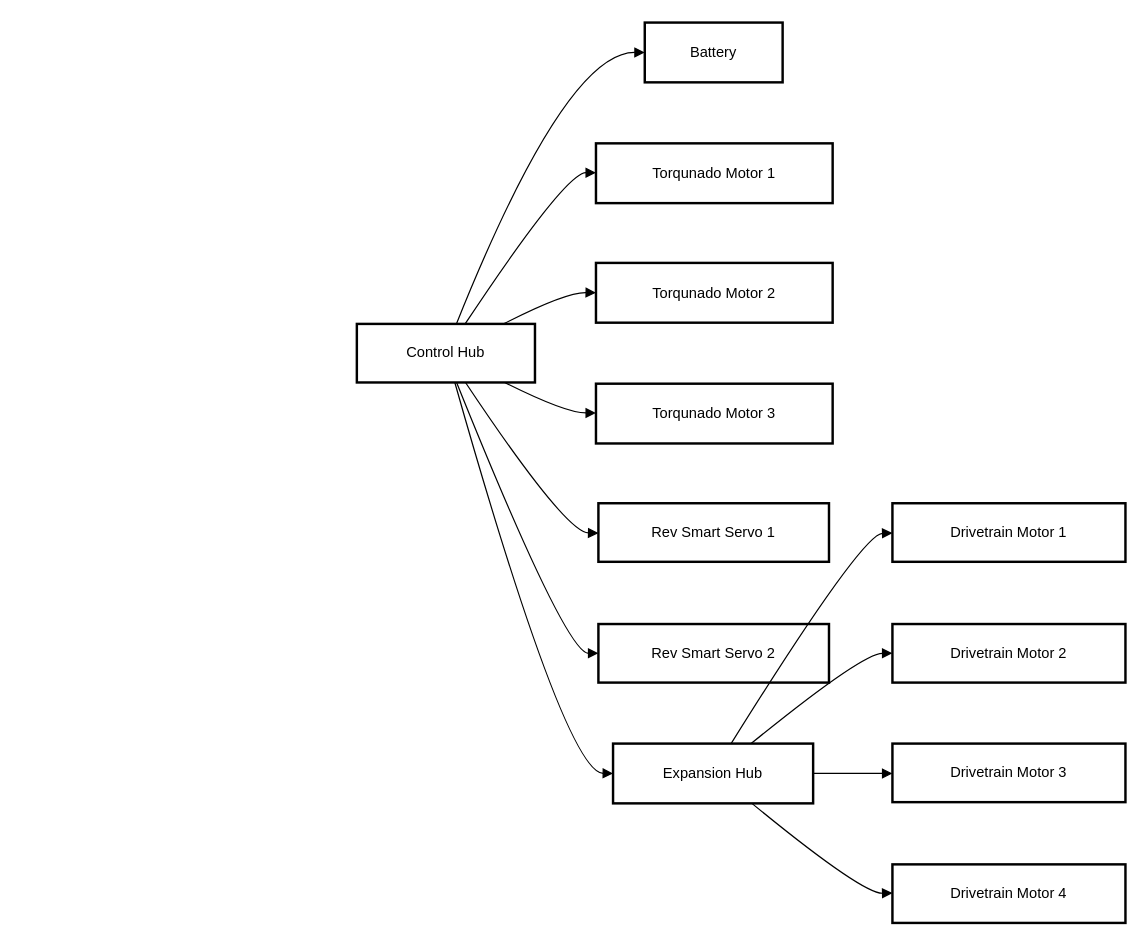
EricLottman/IntoTheDeep2024-2025 keeps this draw.io diagram as TeamCode/src/main/java/org/firstinspires/ftc/teamcode/backend/electronics.drawio. Above is the earlier version. Source tidied: cells renumbered, new cells numbered last; positions are measured from the earlier drawing's top-left corner, leaving out a move shared by most shapes. Both pictures are drawn from the tidied source at 122%, with x=0, y=0 at pixel (356, 22).
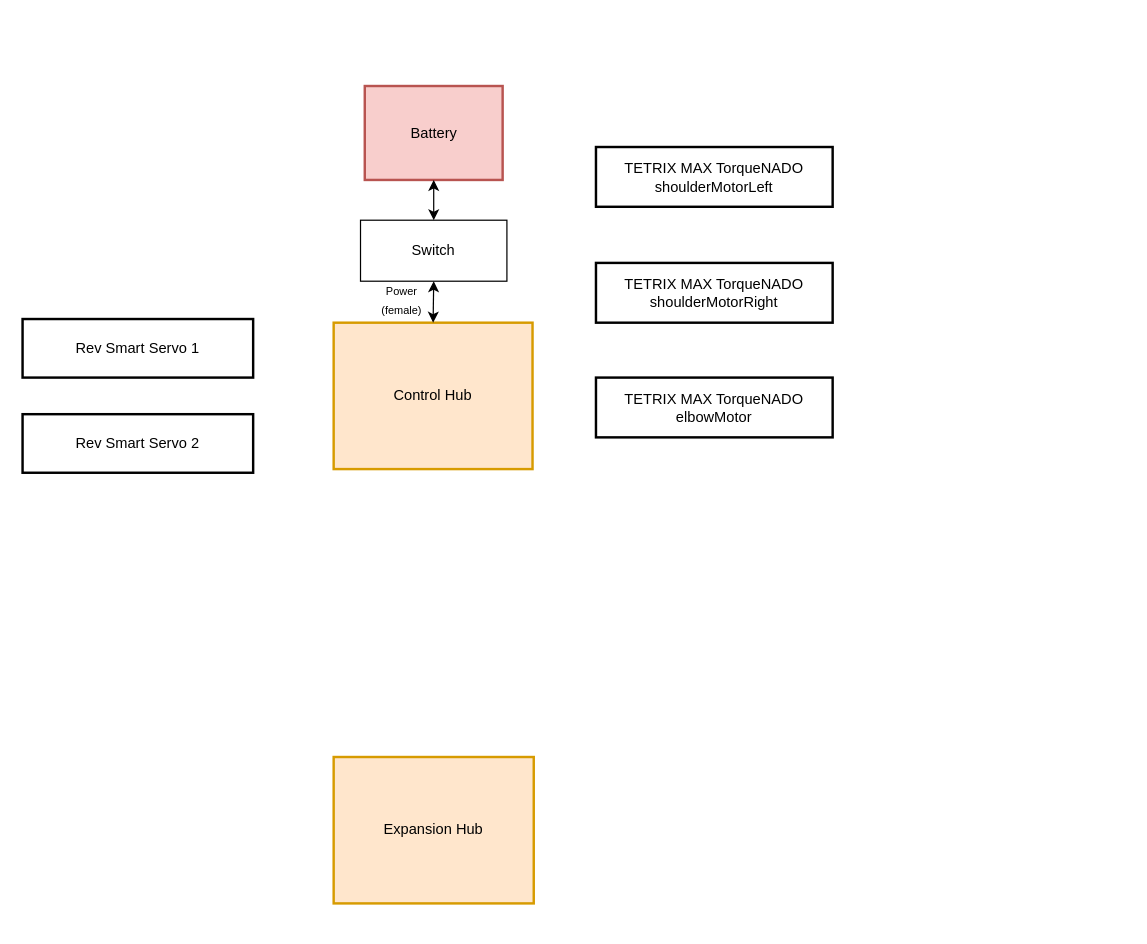
After the change.

What changed in the source:
```diff
@@
-    <mxCell id="2" value="Control Hub" style="whiteSpace=wrap;strokeWidth=2;" parent="1" vertex="1">
-      <mxGeometry y="247" width="146" height="48" as="geometry" />
+    <mxCell id="2" value="Control Hub" style="whiteSpace=wrap;strokeWidth=2;fillColor=#ffe6cc;strokeColor=#d79b00;" parent="1" vertex="1">
+      <mxGeometry x="-19" y="246" width="163" height="120" as="geometry" />
     </mxCell>
-    <mxCell id="3" value="Battery" style="whiteSpace=wrap;strokeWidth=2;" parent="1" vertex="1">
-      <mxGeometry x="236" width="113" height="49" as="geometry" />
+    <mxCell id="3" value="Battery" style="whiteSpace=wrap;strokeWidth=2;fillColor=#f8cecc;strokeColor=#b85450;" parent="1" vertex="1">
+      <mxGeometry x="6.5" y="52" width="113" height="77" as="geometry" />
     </mxCell>
-    <mxCell id="4" value="Torqunado Motor 1" style="whiteSpace=wrap;strokeWidth=2;" parent="1" vertex="1">
-      <mxGeometry x="196" y="99" width="194" height="49" as="geometry" />
+    <mxCell id="4" value="TETRIX MAX TorqueNADO&#10;shoulderMotorLeft" style="whiteSpace=wrap;strokeWidth=2;" parent="1" vertex="1">
+      <mxGeometry x="196" y="102" width="194" height="49" as="geometry" />
     </mxCell>
-    <mxCell id="5" value="Torqunado Motor 2" style="whiteSpace=wrap;strokeWidth=2;" parent="1" vertex="1">
+    <mxCell id="5" value="TETRIX MAX TorqueNADO&#10;shoulderMotorRight" style="whiteSpace=wrap;strokeWidth=2;" parent="1" vertex="1">
       <mxGeometry x="196" y="197" width="194" height="49" as="geometry" />
     </mxCell>
-    <mxCell id="6" value="Torqunado Motor 3" style="whiteSpace=wrap;strokeWidth=2;" parent="1" vertex="1">
-      <mxGeometry x="196" y="296" width="194" height="49" as="geometry" />
+    <mxCell id="6" value="TETRIX MAX TorqueNADO&#10;elbowMotor" style="whiteSpace=wrap;strokeWidth=2;" parent="1" vertex="1">
+      <mxGeometry x="196" y="291" width="194" height="49" as="geometry" />
     </mxCell>
     <mxCell id="7" value="Rev Smart Servo 1" style="whiteSpace=wrap;strokeWidth=2;" parent="1" vertex="1">
-      <mxGeometry x="198" y="394" width="189" height="48" as="geometry" />
+      <mxGeometry x="-274" y="243" width="189" height="48" as="geometry" />
     </mxCell>
     <mxCell id="8" value="Rev Smart Servo 2" style="whiteSpace=wrap;strokeWidth=2;" parent="1" vertex="1">
-      <mxGeometry x="198" y="493" width="189" height="48" as="geometry" />
+      <mxGeometry x="-274" y="321" width="189" height="48" as="geometry" />
     </mxCell>
-    <mxCell id="9" value="Expansion Hub" style="whiteSpace=wrap;strokeWidth=2;" parent="1" vertex="1">
-      <mxGeometry x="210" y="591" width="164" height="49" as="geometry" />
+    <mxCell id="9" value="Expansion Hub" style="whiteSpace=wrap;strokeWidth=2;fillColor=#ffe6cc;strokeColor=#d79b00;" parent="1" vertex="1">
+      <mxGeometry x="-19" y="602" width="164" height="120" as="geometry" />
     </mxCell>
-    <mxCell id="10" value="Drivetrain Motor 1" style="whiteSpace=wrap;strokeWidth=2;" parent="1" vertex="1">
-      <mxGeometry x="439" y="394" width="191" height="48" as="geometry" />
-    </mxCell>
-    <mxCell id="11" value="Drivetrain Motor 2" style="whiteSpace=wrap;strokeWidth=2;" parent="1" vertex="1">
-      <mxGeometry x="439" y="493" width="191" height="48" as="geometry" />
-    </mxCell>
-    <mxCell id="12" value="Drivetrain Motor 3" style="whiteSpace=wrap;strokeWidth=2;" parent="1" vertex="1">
-      <mxGeometry x="439" y="591" width="191" height="48" as="geometry" />
-    </mxCell>
-    <mxCell id="13" value="Drivetrain Motor 4" style="whiteSpace=wrap;strokeWidth=2;" parent="1" vertex="1">
-      <mxGeometry x="439" y="690" width="191" height="48" as="geometry" />
-    </mxCell>
-    <mxCell id="14" style="curved=1;startArrow=none;endArrow=block;exitX=0.56;exitY=-0.01;entryX=0;entryY=0.5;" parent="1" edge="1" source="2" target="3">
-      <mxGeometry relative="1" as="geometry">
-        <Array as="points">
-          <mxPoint x="171" y="24" />
-        </Array>
-      </mxGeometry>
-    </mxCell>
-    <mxCell id="15" style="curved=1;startArrow=none;endArrow=block;exitX=0.61;exitY=-0.01;entryX=0;entryY=0.49;" parent="1" edge="1" source="2" target="4">
-      <mxGeometry relative="1" as="geometry">
-        <Array as="points">
-          <mxPoint x="171" y="123" />
-        </Array>
-      </mxGeometry>
-    </mxCell>
-    <mxCell id="16" style="curved=1;startArrow=none;endArrow=block;exitX=0.83;exitY=-0.01;entryX=0;entryY=0.5;" parent="1" edge="1" source="2" target="5">
-      <mxGeometry relative="1" as="geometry">
-        <Array as="points">
-          <mxPoint x="171" y="221" />
-        </Array>
-      </mxGeometry>
-    </mxCell>
-    <mxCell id="17" style="curved=1;startArrow=none;endArrow=block;exitX=0.83;exitY=1;entryX=0;entryY=0.49;" parent="1" edge="1" source="2" target="6">
-      <mxGeometry relative="1" as="geometry">
-        <Array as="points">
-          <mxPoint x="171" y="320" />
-        </Array>
-      </mxGeometry>
-    </mxCell>
-    <mxCell id="18" style="curved=1;startArrow=none;endArrow=block;exitX=0.61;exitY=1;entryX=0;entryY=0.51;" parent="1" edge="1" source="2" target="7">
-      <mxGeometry relative="1" as="geometry">
-        <Array as="points">
-          <mxPoint x="171" y="418" />
-        </Array>
-      </mxGeometry>
-    </mxCell>
-    <mxCell id="19" style="curved=1;startArrow=none;endArrow=block;exitX=0.56;exitY=1;entryX=0;entryY=0.5;" parent="1" edge="1" source="2" target="8">
-      <mxGeometry relative="1" as="geometry">
-        <Array as="points">
-          <mxPoint x="171" y="517" />
-        </Array>
-      </mxGeometry>
-    </mxCell>
-    <mxCell id="20" style="curved=1;startArrow=none;endArrow=block;exitX=0.55;exitY=1;entryX=0;entryY=0.5;" parent="1" edge="1" source="2" target="9">
-      <mxGeometry relative="1" as="geometry">
-        <Array as="points">
-          <mxPoint x="171" y="615" />
-        </Array>
-      </mxGeometry>
-    </mxCell>
-    <mxCell id="21" style="curved=1;startArrow=none;endArrow=block;exitX=0.59;exitY=0;entryX=0;entryY=0.51;" parent="1" edge="1" source="9" target="10">
-      <mxGeometry relative="1" as="geometry">
-        <Array as="points">
-          <mxPoint x="414" y="419" />
-        </Array>
-      </mxGeometry>
-    </mxCell>
-    <mxCell id="22" style="curved=1;startArrow=none;endArrow=block;exitX=0.69;exitY=0;entryX=0;entryY=0.5;" parent="1" edge="1" source="9" target="11">
-      <mxGeometry relative="1" as="geometry">
-        <Array as="points">
-          <mxPoint x="414" y="517" />
-        </Array>
-      </mxGeometry>
-    </mxCell>
-    <mxCell id="23" style="curved=1;startArrow=none;endArrow=block;exitX=1;exitY=0.5;entryX=0;entryY=0.51;" parent="1" edge="1" source="9" target="12">
-      <mxGeometry relative="1" as="geometry" />
-    </mxCell>
-    <mxCell id="24" style="curved=1;startArrow=none;endArrow=block;exitX=0.69;exitY=0.99;entryX=0;entryY=0.49;" parent="1" edge="1" source="9" target="13">
-      <mxGeometry relative="1" as="geometry">
-        <Array as="points">
-          <mxPoint x="414" y="714" />
-        </Array>
-      </mxGeometry>
-    </mxCell>
+    <mxCell id="25" value="&lt;div&gt;Switch&lt;/div&gt;" style="whiteSpace=wrap;html=1;" parent="1" vertex="1">
+      <mxGeometry x="3" y="162" width="120" height="50" as="geometry" />
+    </mxCell>
+    <mxCell id="26" style="endArrow=classic;startArrow=classic;html=1;rounded=0;entryX=0.5;entryY=1;entryDx=0;entryDy=0;exitX=0.5;exitY=0;exitDx=0;exitDy=0;" parent="1" edge="1" source="25" target="3">
+      <mxGeometry relative="1" as="geometry" />
+    </mxCell>
+    <mxCell id="27" style="endArrow=classic;startArrow=classic;html=1;rounded=0;entryX=0.5;entryY=1;entryDx=0;entryDy=0;exitX=0.5;exitY=0;exitDx=0;exitDy=0;" parent="1" edge="1" source="2" target="25">
+      <mxGeometry relative="1" as="geometry" />
+    </mxCell>
+    <mxCell id="28" value="&lt;font style=&quot;font-size: 9px;&quot;&gt;Power (female)&lt;br&gt;&lt;/font&gt;" style="text;html=1;align=center;verticalAlign=middle;whiteSpace=wrap;rounded=0;" parent="1" vertex="1">
+      <mxGeometry x="6.5" y="212" width="60" height="30" as="geometry" />
+    </mxCell>
```
